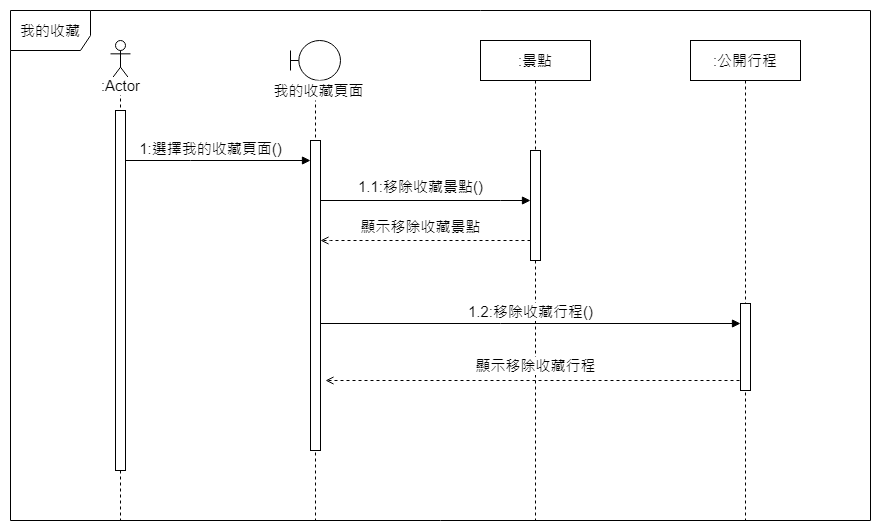
This is UML圖/循序圖/Sequence循序圖-我的收藏1113.png from 10946009/ntub_112403, a draw.io export, as it was before one commit. Source tidied: cells renumbered, new cells last; positions are measured from the earlier drawing's top-left corner, leaving out a move shared by most shapes. Its diagram source:
```xml
<mxGraphModel>
  <root>
    <mxCell id="0" />
    <mxCell id="1" parent="0" />
    <mxCell id="2" style="shape=umlLifeline;perimeter=lifelinePerimeter;whiteSpace=wrap;html=1;newEdgeStyle={&quot;edgeStyle&quot;:&quot;elbowEdgeStyle&quot;,&quot;elbow&quot;:&quot;vertical&quot;,&quot;curved&quot;:0,&quot;rounded&quot;:0};participant=umlActor;fontSize=15;" parent="1" vertex="1">
      <mxGeometry x="100" y="30" width="20" height="480" as="geometry" />
    </mxCell>
    <mxCell id="3" style="html=1;perimeter=orthogonalPerimeter;targetShapes=umlLifeline;newEdgeStyle={&quot;edgeStyle&quot;:&quot;elbowEdgeStyle&quot;,&quot;elbow&quot;:&quot;vertical&quot;,&quot;curved&quot;:0,&quot;rounded&quot;:0};fontSize=15;" parent="2" vertex="1">
      <mxGeometry x="5" y="70" width="10" height="360" as="geometry" />
    </mxCell>
    <mxCell id="4" value="我的收藏" style="shape=umlFrame;whiteSpace=wrap;html=1;width=80;height=40;fontSize=15;" parent="1" vertex="1">
      <mxGeometry width="860" height="510" as="geometry" />
    </mxCell>
    <mxCell id="5" value=":Actor" style="text;html=1;align=center;verticalAlign=middle;strokeColor=none;fillColor=none;labelBackgroundColor=default;fontSize=15;" parent="1" vertex="1">
      <mxGeometry x="80" y="60" width="60" height="30" as="geometry" />
    </mxCell>
    <mxCell id="6" value=":景點" style="shape=umlLifeline;perimeter=lifelinePerimeter;whiteSpace=wrap;html=1;newEdgeStyle={&quot;edgeStyle&quot;:&quot;elbowEdgeStyle&quot;,&quot;elbow&quot;:&quot;vertical&quot;,&quot;curved&quot;:0,&quot;rounded&quot;:0};fontSize=15;" parent="1" vertex="1">
      <mxGeometry x="470" y="30" width="110" height="480" as="geometry" />
    </mxCell>
    <mxCell id="7" style="html=1;points=[];perimeter=orthogonalPerimeter;outlineConnect=0;targetShapes=umlLifeline;portConstraint=eastwest;newEdgeStyle={&quot;edgeStyle&quot;:&quot;elbowEdgeStyle&quot;,&quot;elbow&quot;:&quot;vertical&quot;,&quot;curved&quot;:0,&quot;rounded&quot;:0};fontSize=15;" parent="6" vertex="1">
      <mxGeometry x="50" y="110" width="10" height="110" as="geometry" />
    </mxCell>
    <mxCell id="8" style="edgeStyle=elbowEdgeStyle;rounded=0;orthogonalLoop=1;jettySize=auto;html=1;elbow=vertical;curved=0;endArrow=block;endFill=1;fontSize=15;" parent="1" edge="1">
      <mxGeometry relative="1" as="geometry">
        <mxPoint x="115" y="150" as="sourcePoint" />
        <mxPoint x="300" y="150" as="targetPoint" />
        <Array as="points">
          <mxPoint x="180" y="150" />
        </Array>
      </mxGeometry>
    </mxCell>
    <mxCell id="9" value="1:選擇我的收藏頁面()" style="edgeLabel;html=1;align=center;verticalAlign=middle;fontSize=15;" parent="8" vertex="1">
      <mxGeometry x="-0.24" y="1" relative="1" as="geometry">
        <mxPoint x="14" y="-11" as="offset" />
      </mxGeometry>
    </mxCell>
    <mxCell id="10" style="edgeStyle=elbowEdgeStyle;rounded=0;jettySize=auto;html=1;elbow=vertical;curved=0;strokeColor=default;endArrow=open;endFill=0;strokeWidth=1;dashed=1;fontSize=15;" parent="1" edge="1" source="7" target="17">
      <mxGeometry relative="1" as="geometry">
        <Array as="points">
          <mxPoint x="320" y="230" />
          <mxPoint x="510" y="252" />
        </Array>
      </mxGeometry>
    </mxCell>
    <mxCell id="11" value="顯示移除收藏景點" style="edgeLabel;html=1;align=center;verticalAlign=middle;fontSize=15;" parent="10" vertex="1">
      <mxGeometry x="0.07" y="-3" relative="1" as="geometry">
        <mxPoint x="2" y="-11" as="offset" />
      </mxGeometry>
    </mxCell>
    <mxCell id="12" style="edgeStyle=elbowEdgeStyle;rounded=0;orthogonalLoop=1;jettySize=auto;html=1;elbow=vertical;curved=0;strokeColor=default;endArrow=open;endFill=0;strokeWidth=1;dashed=1;fontSize=15;" parent="1" edge="1">
      <mxGeometry relative="1" as="geometry">
        <mxPoint x="735" y="370" as="sourcePoint" />
        <mxPoint x="315" y="370" as="targetPoint" />
        <Array as="points">
          <mxPoint x="505" y="370" />
        </Array>
      </mxGeometry>
    </mxCell>
    <mxCell id="13" value="顯示移除收藏行程" style="edgeLabel;html=1;align=center;verticalAlign=middle;fontSize=15;" parent="12" vertex="1">
      <mxGeometry x="0.07" y="-3" relative="1" as="geometry">
        <mxPoint x="14" y="-12" as="offset" />
      </mxGeometry>
    </mxCell>
    <mxCell id="14" value=":公開行程" style="shape=umlLifeline;perimeter=lifelinePerimeter;whiteSpace=wrap;html=1;newEdgeStyle={&quot;edgeStyle&quot;:&quot;elbowEdgeStyle&quot;,&quot;elbow&quot;:&quot;vertical&quot;,&quot;curved&quot;:0,&quot;rounded&quot;:0};fontSize=15;" parent="1" vertex="1">
      <mxGeometry x="680" y="30" width="110" height="480" as="geometry" />
    </mxCell>
    <mxCell id="15" style="html=1;points=[];perimeter=orthogonalPerimeter;outlineConnect=0;targetShapes=umlLifeline;portConstraint=eastwest;newEdgeStyle={&quot;edgeStyle&quot;:&quot;elbowEdgeStyle&quot;,&quot;elbow&quot;:&quot;vertical&quot;,&quot;curved&quot;:0,&quot;rounded&quot;:0};fontSize=15;" parent="14" vertex="1">
      <mxGeometry x="50" y="263" width="10" height="87" as="geometry" />
    </mxCell>
    <mxCell id="16" style="shape=umlLifeline;perimeter=lifelinePerimeter;whiteSpace=wrap;html=1;newEdgeStyle={&quot;edgeStyle&quot;:&quot;elbowEdgeStyle&quot;,&quot;elbow&quot;:&quot;vertical&quot;,&quot;curved&quot;:0,&quot;rounded&quot;:0};participant=umlBoundary;fontFamily=標楷體;fontSource=https%3A%2F%2Ffonts.googleapis.com%2Fcss%3Ffamily%3D%25E6%25A8%2599%25E6%25A5%25B7%25E9%25AB%2594;fontSize=15;" parent="1" vertex="1">
      <mxGeometry x="280" y="30" width="50" height="480" as="geometry" />
    </mxCell>
    <mxCell id="17" style="html=1;points=[];perimeter=orthogonalPerimeter;outlineConnect=0;targetShapes=umlLifeline;portConstraint=eastwest;newEdgeStyle={&quot;edgeStyle&quot;:&quot;elbowEdgeStyle&quot;,&quot;elbow&quot;:&quot;vertical&quot;,&quot;curved&quot;:0,&quot;rounded&quot;:0};fontFamily=標楷體;fontSource=https%3A%2F%2Ffonts.googleapis.com%2Fcss%3Ffamily%3D%25E6%25A8%2599%25E6%25A5%25B7%25E9%25AB%2594;fontSize=15;" parent="16" vertex="1">
      <mxGeometry x="20" y="100" width="10" height="310" as="geometry" />
    </mxCell>
    <mxCell id="18" value="我的收藏頁面" style="text;html=1;align=center;verticalAlign=middle;fillColor=default;fontSize=15;spacing=-6;" parent="1" vertex="1">
      <mxGeometry x="258" y="70" width="100" height="20" as="geometry" />
    </mxCell>
    <mxCell id="19" style="edgeStyle=elbowEdgeStyle;rounded=0;jettySize=auto;html=1;elbow=vertical;curved=0;endArrow=block;endFill=1;fontSize=15;" parent="1" edge="1" source="17" target="7">
      <mxGeometry relative="1" as="geometry">
        <Array as="points">
          <mxPoint x="490" y="190" />
          <mxPoint x="430" y="180" />
          <mxPoint x="485" y="170" />
        </Array>
      </mxGeometry>
    </mxCell>
    <mxCell id="20" value="1.1:移除收藏景點()" style="edgeLabel;html=1;align=center;verticalAlign=middle;fontSize=15;" parent="19" vertex="1">
      <mxGeometry x="-0.24" y="1" relative="1" as="geometry">
        <mxPoint x="20" y="-13" as="offset" />
      </mxGeometry>
    </mxCell>
    <mxCell id="21" style="edgeStyle=elbowEdgeStyle;rounded=0;jettySize=auto;html=1;elbow=vertical;curved=0;endArrow=block;endFill=1;fontSize=15;" parent="1" edge="1" target="15">
      <mxGeometry relative="1" as="geometry">
        <mxPoint x="310" y="313" as="sourcePoint" />
        <Array as="points">
          <mxPoint x="490" y="313" />
          <mxPoint x="430" y="303" />
          <mxPoint x="485" y="293" />
        </Array>
      </mxGeometry>
    </mxCell>
    <mxCell id="22" value="1.2:移除收藏行程()" style="edgeLabel;html=1;align=center;verticalAlign=middle;fontSize=15;" parent="21" vertex="1">
      <mxGeometry x="-0.24" y="1" relative="1" as="geometry">
        <mxPoint x="49" y="-11" as="offset" />
      </mxGeometry>
    </mxCell>
  </root>
</mxGraphModel>
```
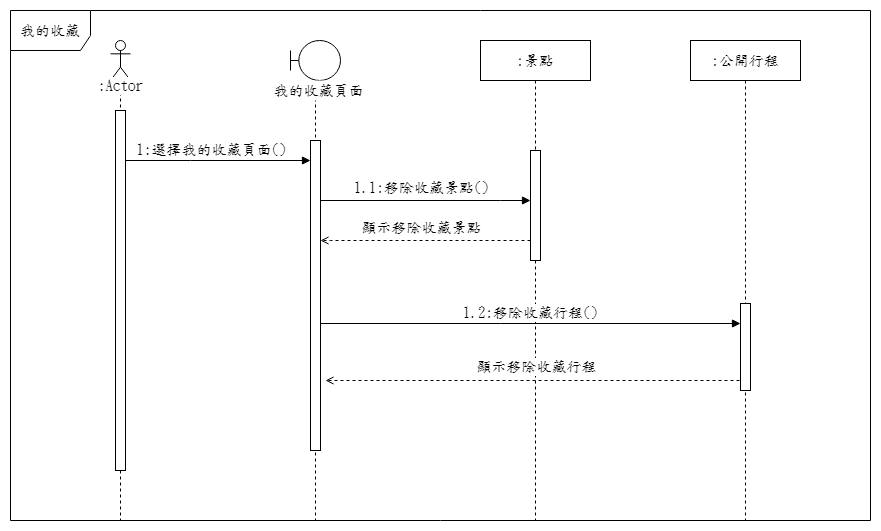
The same file after the commit.

Commit message:
修改循序圖字型

Diff of the diagram source:
```diff
@@ -2,25 +2,25 @@
   <root>
     <mxCell id="0" />
     <mxCell id="1" parent="0" />
-    <mxCell id="2" style="shape=umlLifeline;perimeter=lifelinePerimeter;whiteSpace=wrap;html=1;newEdgeStyle={&quot;edgeStyle&quot;:&quot;elbowEdgeStyle&quot;,&quot;elbow&quot;:&quot;vertical&quot;,&quot;curved&quot;:0,&quot;rounded&quot;:0};participant=umlActor;fontSize=15;" parent="1" vertex="1">
+    <mxCell id="2" style="shape=umlLifeline;perimeter=lifelinePerimeter;whiteSpace=wrap;html=1;newEdgeStyle={&quot;edgeStyle&quot;:&quot;elbowEdgeStyle&quot;,&quot;elbow&quot;:&quot;vertical&quot;,&quot;curved&quot;:0,&quot;rounded&quot;:0};participant=umlActor;fontSize=15;fontFamily=標楷體;fontSource=https%3A%2F%2Ffonts.googleapis.com%2Fcss%3Ffamily%3D%25E6%25A8%2599%25E6%25A5%25B7%25E9%25AB%2594;" parent="1" vertex="1">
       <mxGeometry x="100" y="30" width="20" height="480" as="geometry" />
     </mxCell>
-    <mxCell id="3" style="html=1;perimeter=orthogonalPerimeter;targetShapes=umlLifeline;newEdgeStyle={&quot;edgeStyle&quot;:&quot;elbowEdgeStyle&quot;,&quot;elbow&quot;:&quot;vertical&quot;,&quot;curved&quot;:0,&quot;rounded&quot;:0};fontSize=15;" parent="2" vertex="1">
+    <mxCell id="3" style="html=1;perimeter=orthogonalPerimeter;targetShapes=umlLifeline;newEdgeStyle={&quot;edgeStyle&quot;:&quot;elbowEdgeStyle&quot;,&quot;elbow&quot;:&quot;vertical&quot;,&quot;curved&quot;:0,&quot;rounded&quot;:0};fontSize=15;fontFamily=標楷體;fontSource=https%3A%2F%2Ffonts.googleapis.com%2Fcss%3Ffamily%3D%25E6%25A8%2599%25E6%25A5%25B7%25E9%25AB%2594;" parent="2" vertex="1">
       <mxGeometry x="5" y="70" width="10" height="360" as="geometry" />
     </mxCell>
-    <mxCell id="4" value="我的收藏" style="shape=umlFrame;whiteSpace=wrap;html=1;width=80;height=40;fontSize=15;" parent="1" vertex="1">
+    <mxCell id="4" value="我的收藏" style="shape=umlFrame;whiteSpace=wrap;html=1;width=80;height=40;fontSize=15;fontFamily=標楷體;fontSource=https%3A%2F%2Ffonts.googleapis.com%2Fcss%3Ffamily%3D%25E6%25A8%2599%25E6%25A5%25B7%25E9%25AB%2594;" parent="1" vertex="1">
       <mxGeometry width="860" height="510" as="geometry" />
     </mxCell>
-    <mxCell id="5" value=":Actor" style="text;html=1;align=center;verticalAlign=middle;strokeColor=none;fillColor=none;labelBackgroundColor=default;fontSize=15;" parent="1" vertex="1">
-      <mxGeometry x="80" y="60" width="60" height="30" as="geometry" />
+    <mxCell id="5" value=":Actor" style="text;html=1;align=center;verticalAlign=middle;strokeColor=none;fillColor=none;labelBackgroundColor=default;fontSize=15;fontFamily=標楷體;fontSource=https%3A%2F%2Ffonts.googleapis.com%2Fcss%3Ffamily%3D%25E6%25A8%2599%25E6%25A5%25B7%25E9%25AB%2594;" parent="1" vertex="1">
+      <mxGeometry x="75" y="60" width="70" height="30" as="geometry" />
     </mxCell>
-    <mxCell id="6" value=":景點" style="shape=umlLifeline;perimeter=lifelinePerimeter;whiteSpace=wrap;html=1;newEdgeStyle={&quot;edgeStyle&quot;:&quot;elbowEdgeStyle&quot;,&quot;elbow&quot;:&quot;vertical&quot;,&quot;curved&quot;:0,&quot;rounded&quot;:0};fontSize=15;" parent="1" vertex="1">
+    <mxCell id="6" value=":景點" style="shape=umlLifeline;perimeter=lifelinePerimeter;whiteSpace=wrap;html=1;newEdgeStyle={&quot;edgeStyle&quot;:&quot;elbowEdgeStyle&quot;,&quot;elbow&quot;:&quot;vertical&quot;,&quot;curved&quot;:0,&quot;rounded&quot;:0};fontSize=15;fontFamily=標楷體;fontSource=https%3A%2F%2Ffonts.googleapis.com%2Fcss%3Ffamily%3D%25E6%25A8%2599%25E6%25A5%25B7%25E9%25AB%2594;" parent="1" vertex="1">
       <mxGeometry x="470" y="30" width="110" height="480" as="geometry" />
     </mxCell>
-    <mxCell id="7" style="html=1;points=[];perimeter=orthogonalPerimeter;outlineConnect=0;targetShapes=umlLifeline;portConstraint=eastwest;newEdgeStyle={&quot;edgeStyle&quot;:&quot;elbowEdgeStyle&quot;,&quot;elbow&quot;:&quot;vertical&quot;,&quot;curved&quot;:0,&quot;rounded&quot;:0};fontSize=15;" parent="6" vertex="1">
+    <mxCell id="7" style="html=1;points=[];perimeter=orthogonalPerimeter;outlineConnect=0;targetShapes=umlLifeline;portConstraint=eastwest;newEdgeStyle={&quot;edgeStyle&quot;:&quot;elbowEdgeStyle&quot;,&quot;elbow&quot;:&quot;vertical&quot;,&quot;curved&quot;:0,&quot;rounded&quot;:0};fontSize=15;fontFamily=標楷體;fontSource=https%3A%2F%2Ffonts.googleapis.com%2Fcss%3Ffamily%3D%25E6%25A8%2599%25E6%25A5%25B7%25E9%25AB%2594;" parent="6" vertex="1">
       <mxGeometry x="50" y="110" width="10" height="110" as="geometry" />
     </mxCell>
-    <mxCell id="8" style="edgeStyle=elbowEdgeStyle;rounded=0;orthogonalLoop=1;jettySize=auto;html=1;elbow=vertical;curved=0;endArrow=block;endFill=1;fontSize=15;" parent="1" edge="1">
+    <mxCell id="8" style="edgeStyle=elbowEdgeStyle;rounded=0;orthogonalLoop=1;jettySize=auto;html=1;elbow=vertical;curved=0;endArrow=block;endFill=1;fontSize=15;fontFamily=標楷體;fontSource=https%3A%2F%2Ffonts.googleapis.com%2Fcss%3Ffamily%3D%25E6%25A8%2599%25E6%25A5%25B7%25E9%25AB%2594;" parent="1" edge="1">
       <mxGeometry relative="1" as="geometry">
         <mxPoint x="115" y="150" as="sourcePoint" />
         <mxPoint x="300" y="150" as="targetPoint" />
@@ -29,12 +29,12 @@
         </Array>
       </mxGeometry>
     </mxCell>
-    <mxCell id="9" value="1:選擇我的收藏頁面()" style="edgeLabel;html=1;align=center;verticalAlign=middle;fontSize=15;" parent="8" vertex="1">
+    <mxCell id="9" value="1:選擇我的收藏頁面()" style="edgeLabel;html=1;align=center;verticalAlign=middle;fontSize=15;fontFamily=標楷體;fontSource=https%3A%2F%2Ffonts.googleapis.com%2Fcss%3Ffamily%3D%25E6%25A8%2599%25E6%25A5%25B7%25E9%25AB%2594;" parent="8" vertex="1">
       <mxGeometry x="-0.24" y="1" relative="1" as="geometry">
         <mxPoint x="14" y="-11" as="offset" />
       </mxGeometry>
     </mxCell>
-    <mxCell id="10" style="edgeStyle=elbowEdgeStyle;rounded=0;jettySize=auto;html=1;elbow=vertical;curved=0;strokeColor=default;endArrow=open;endFill=0;strokeWidth=1;dashed=1;fontSize=15;" parent="1" edge="1" source="7" target="17">
+    <mxCell id="10" style="edgeStyle=elbowEdgeStyle;rounded=0;jettySize=auto;html=1;elbow=vertical;curved=0;strokeColor=default;endArrow=open;endFill=0;strokeWidth=1;dashed=1;fontSize=15;fontFamily=標楷體;fontSource=https%3A%2F%2Ffonts.googleapis.com%2Fcss%3Ffamily%3D%25E6%25A8%2599%25E6%25A5%25B7%25E9%25AB%2594;" parent="1" edge="1" source="7" target="17">
       <mxGeometry relative="1" as="geometry">
         <Array as="points">
           <mxPoint x="320" y="230" />
@@ -42,12 +42,12 @@
         </Array>
       </mxGeometry>
     </mxCell>
-    <mxCell id="11" value="顯示移除收藏景點" style="edgeLabel;html=1;align=center;verticalAlign=middle;fontSize=15;" parent="10" vertex="1">
+    <mxCell id="11" value="顯示移除收藏景點" style="edgeLabel;html=1;align=center;verticalAlign=middle;fontSize=15;fontFamily=標楷體;fontSource=https%3A%2F%2Ffonts.googleapis.com%2Fcss%3Ffamily%3D%25E6%25A8%2599%25E6%25A5%25B7%25E9%25AB%2594;" parent="10" vertex="1">
       <mxGeometry x="0.07" y="-3" relative="1" as="geometry">
         <mxPoint x="2" y="-11" as="offset" />
       </mxGeometry>
     </mxCell>
-    <mxCell id="12" style="edgeStyle=elbowEdgeStyle;rounded=0;orthogonalLoop=1;jettySize=auto;html=1;elbow=vertical;curved=0;strokeColor=default;endArrow=open;endFill=0;strokeWidth=1;dashed=1;fontSize=15;" parent="1" edge="1">
+    <mxCell id="12" style="edgeStyle=elbowEdgeStyle;rounded=0;orthogonalLoop=1;jettySize=auto;html=1;elbow=vertical;curved=0;strokeColor=default;endArrow=open;endFill=0;strokeWidth=1;dashed=1;fontSize=15;fontFamily=標楷體;fontSource=https%3A%2F%2Ffonts.googleapis.com%2Fcss%3Ffamily%3D%25E6%25A8%2599%25E6%25A5%25B7%25E9%25AB%2594;" parent="1" edge="1">
       <mxGeometry relative="1" as="geometry">
         <mxPoint x="735" y="370" as="sourcePoint" />
         <mxPoint x="315" y="370" as="targetPoint" />
@@ -56,15 +56,15 @@
         </Array>
       </mxGeometry>
     </mxCell>
-    <mxCell id="13" value="顯示移除收藏行程" style="edgeLabel;html=1;align=center;verticalAlign=middle;fontSize=15;" parent="12" vertex="1">
+    <mxCell id="13" value="顯示移除收藏行程" style="edgeLabel;html=1;align=center;verticalAlign=middle;fontSize=15;fontFamily=標楷體;fontSource=https%3A%2F%2Ffonts.googleapis.com%2Fcss%3Ffamily%3D%25E6%25A8%2599%25E6%25A5%25B7%25E9%25AB%2594;" parent="12" vertex="1">
       <mxGeometry x="0.07" y="-3" relative="1" as="geometry">
         <mxPoint x="14" y="-12" as="offset" />
       </mxGeometry>
     </mxCell>
-    <mxCell id="14" value=":公開行程" style="shape=umlLifeline;perimeter=lifelinePerimeter;whiteSpace=wrap;html=1;newEdgeStyle={&quot;edgeStyle&quot;:&quot;elbowEdgeStyle&quot;,&quot;elbow&quot;:&quot;vertical&quot;,&quot;curved&quot;:0,&quot;rounded&quot;:0};fontSize=15;" parent="1" vertex="1">
+    <mxCell id="14" value=":公開行程" style="shape=umlLifeline;perimeter=lifelinePerimeter;whiteSpace=wrap;html=1;newEdgeStyle={&quot;edgeStyle&quot;:&quot;elbowEdgeStyle&quot;,&quot;elbow&quot;:&quot;vertical&quot;,&quot;curved&quot;:0,&quot;rounded&quot;:0};fontSize=15;fontFamily=標楷體;fontSource=https%3A%2F%2Ffonts.googleapis.com%2Fcss%3Ffamily%3D%25E6%25A8%2599%25E6%25A5%25B7%25E9%25AB%2594;" parent="1" vertex="1">
       <mxGeometry x="680" y="30" width="110" height="480" as="geometry" />
     </mxCell>
-    <mxCell id="15" style="html=1;points=[];perimeter=orthogonalPerimeter;outlineConnect=0;targetShapes=umlLifeline;portConstraint=eastwest;newEdgeStyle={&quot;edgeStyle&quot;:&quot;elbowEdgeStyle&quot;,&quot;elbow&quot;:&quot;vertical&quot;,&quot;curved&quot;:0,&quot;rounded&quot;:0};fontSize=15;" parent="14" vertex="1">
+    <mxCell id="15" style="html=1;points=[];perimeter=orthogonalPerimeter;outlineConnect=0;targetShapes=umlLifeline;portConstraint=eastwest;newEdgeStyle={&quot;edgeStyle&quot;:&quot;elbowEdgeStyle&quot;,&quot;elbow&quot;:&quot;vertical&quot;,&quot;curved&quot;:0,&quot;rounded&quot;:0};fontSize=15;fontFamily=標楷體;fontSource=https%3A%2F%2Ffonts.googleapis.com%2Fcss%3Ffamily%3D%25E6%25A8%2599%25E6%25A5%25B7%25E9%25AB%2594;" parent="14" vertex="1">
       <mxGeometry x="50" y="263" width="10" height="87" as="geometry" />
     </mxCell>
     <mxCell id="16" style="shape=umlLifeline;perimeter=lifelinePerimeter;whiteSpace=wrap;html=1;newEdgeStyle={&quot;edgeStyle&quot;:&quot;elbowEdgeStyle&quot;,&quot;elbow&quot;:&quot;vertical&quot;,&quot;curved&quot;:0,&quot;rounded&quot;:0};participant=umlBoundary;fontFamily=標楷體;fontSource=https%3A%2F%2Ffonts.googleapis.com%2Fcss%3Ffamily%3D%25E6%25A8%2599%25E6%25A5%25B7%25E9%25AB%2594;fontSize=15;" parent="1" vertex="1">
@@ -73,10 +73,10 @@
     <mxCell id="17" style="html=1;points=[];perimeter=orthogonalPerimeter;outlineConnect=0;targetShapes=umlLifeline;portConstraint=eastwest;newEdgeStyle={&quot;edgeStyle&quot;:&quot;elbowEdgeStyle&quot;,&quot;elbow&quot;:&quot;vertical&quot;,&quot;curved&quot;:0,&quot;rounded&quot;:0};fontFamily=標楷體;fontSource=https%3A%2F%2Ffonts.googleapis.com%2Fcss%3Ffamily%3D%25E6%25A8%2599%25E6%25A5%25B7%25E9%25AB%2594;fontSize=15;" parent="16" vertex="1">
       <mxGeometry x="20" y="100" width="10" height="310" as="geometry" />
     </mxCell>
-    <mxCell id="18" value="我的收藏頁面" style="text;html=1;align=center;verticalAlign=middle;fillColor=default;fontSize=15;spacing=-6;" parent="1" vertex="1">
+    <mxCell id="18" value="我的收藏頁面" style="text;html=1;align=center;verticalAlign=middle;fillColor=default;fontSize=15;spacing=-6;fontFamily=標楷體;fontSource=https%3A%2F%2Ffonts.googleapis.com%2Fcss%3Ffamily%3D%25E6%25A8%2599%25E6%25A5%25B7%25E9%25AB%2594;" parent="1" vertex="1">
       <mxGeometry x="258" y="70" width="100" height="20" as="geometry" />
     </mxCell>
-    <mxCell id="19" style="edgeStyle=elbowEdgeStyle;rounded=0;jettySize=auto;html=1;elbow=vertical;curved=0;endArrow=block;endFill=1;fontSize=15;" parent="1" edge="1" source="17" target="7">
+    <mxCell id="19" style="edgeStyle=elbowEdgeStyle;rounded=0;jettySize=auto;html=1;elbow=vertical;curved=0;endArrow=block;endFill=1;fontSize=15;fontFamily=標楷體;fontSource=https%3A%2F%2Ffonts.googleapis.com%2Fcss%3Ffamily%3D%25E6%25A8%2599%25E6%25A5%25B7%25E9%25AB%2594;" parent="1" edge="1" source="17" target="7">
       <mxGeometry relative="1" as="geometry">
         <Array as="points">
           <mxPoint x="490" y="190" />
@@ -85,12 +85,12 @@
         </Array>
       </mxGeometry>
     </mxCell>
-    <mxCell id="20" value="1.1:移除收藏景點()" style="edgeLabel;html=1;align=center;verticalAlign=middle;fontSize=15;" parent="19" vertex="1">
+    <mxCell id="20" value="1.1:移除收藏景點()" style="edgeLabel;html=1;align=center;verticalAlign=middle;fontSize=15;fontFamily=標楷體;fontSource=https%3A%2F%2Ffonts.googleapis.com%2Fcss%3Ffamily%3D%25E6%25A8%2599%25E6%25A5%25B7%25E9%25AB%2594;" parent="19" vertex="1">
       <mxGeometry x="-0.24" y="1" relative="1" as="geometry">
         <mxPoint x="20" y="-13" as="offset" />
       </mxGeometry>
     </mxCell>
-    <mxCell id="21" style="edgeStyle=elbowEdgeStyle;rounded=0;jettySize=auto;html=1;elbow=vertical;curved=0;endArrow=block;endFill=1;fontSize=15;" parent="1" edge="1" target="15">
+    <mxCell id="21" style="edgeStyle=elbowEdgeStyle;rounded=0;jettySize=auto;html=1;elbow=vertical;curved=0;endArrow=block;endFill=1;fontSize=15;fontFamily=標楷體;fontSource=https%3A%2F%2Ffonts.googleapis.com%2Fcss%3Ffamily%3D%25E6%25A8%2599%25E6%25A5%25B7%25E9%25AB%2594;" parent="1" edge="1" target="15">
       <mxGeometry relative="1" as="geometry">
         <mxPoint x="310" y="313" as="sourcePoint" />
         <Array as="points">
@@ -100,7 +100,7 @@
         </Array>
       </mxGeometry>
     </mxCell>
-    <mxCell id="22" value="1.2:移除收藏行程()" style="edgeLabel;html=1;align=center;verticalAlign=middle;fontSize=15;" parent="21" vertex="1">
+    <mxCell id="22" value="1.2:移除收藏行程()" style="edgeLabel;html=1;align=center;verticalAlign=middle;fontSize=15;fontFamily=標楷體;fontSource=https%3A%2F%2Ffonts.googleapis.com%2Fcss%3Ffamily%3D%25E6%25A8%2599%25E6%25A5%25B7%25E9%25AB%2594;" parent="21" vertex="1">
       <mxGeometry x="-0.24" y="1" relative="1" as="geometry">
         <mxPoint x="49" y="-11" as="offset" />
       </mxGeometry>
```
